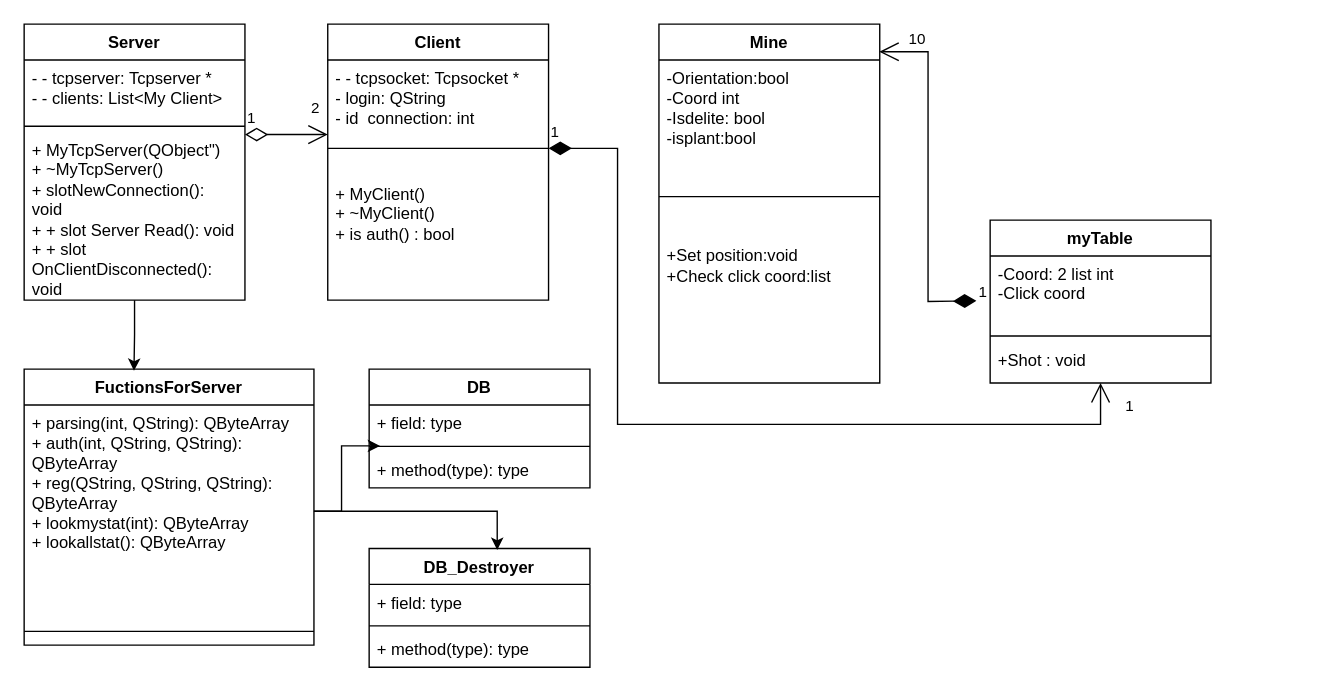
Galaxy-1337/Project_TMP keeps this draw.io diagram as Диаграмма.drawio. Above is the earlier version. Source tidied: cells renumbered, new cells numbered last; positions are measured from the earlier drawing's top-left corner, leaving out a move shared by most shapes. Both pictures are drawn from the tidied source at 138%, with x=0, y=0 at pixel (23, 23).
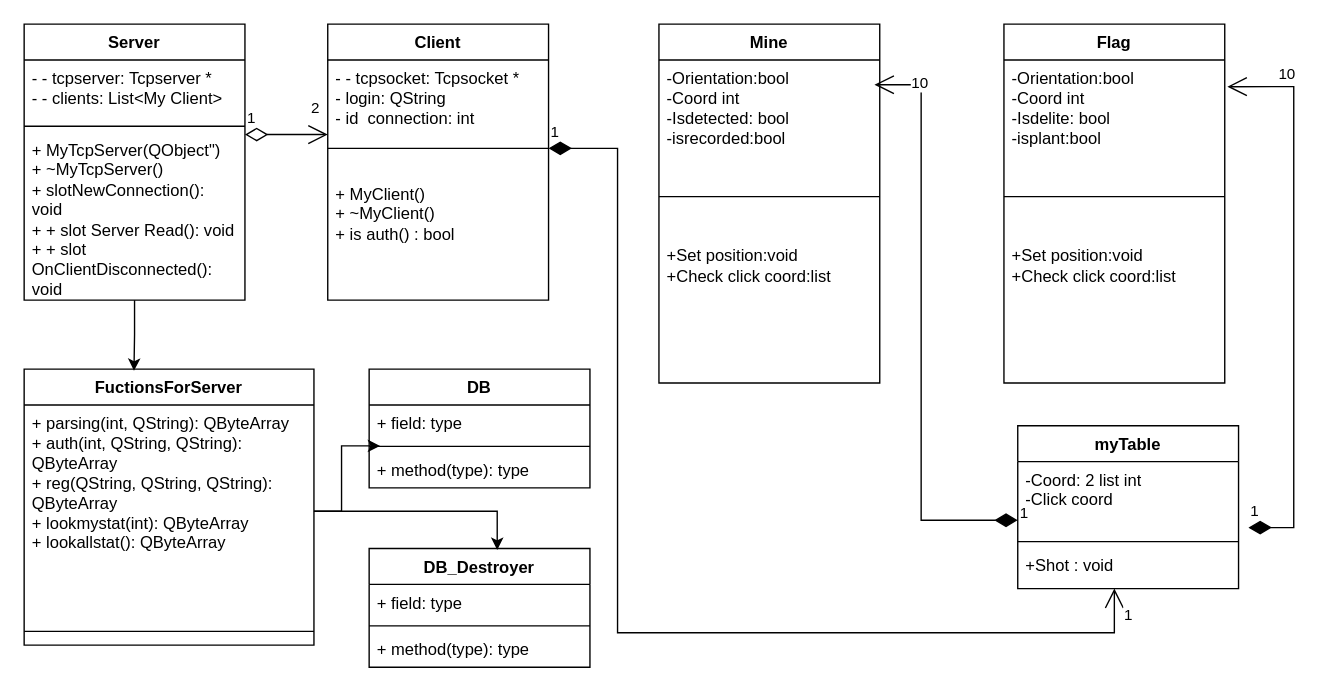
The same page after the edit.

The change refers to these unchanged cells:
```xml
<mxCell id="26" value="Mine" style="swimlane;fontStyle=1;align=center;verticalAlign=top;horizontal=1;startSize=26;whiteSpace=wrap;html=1;" parent="1" vertex="1">
  <mxGeometry x="460" width="160" height="260" as="geometry" />
</mxCell>
<mxCell id="33" value="-Coord: 2 list int&lt;div&gt;-Click coord&lt;/div&gt;" style="text;strokeColor=none;fillColor=none;align=left;verticalAlign=top;spacingLeft=4;spacingRight=4;overflow=hidden;points=[[0,0.5],[1,0.5]];portConstraint=eastwest;whiteSpace=wrap;html=1;" parent="32" vertex="1">
  <mxGeometry y="26" width="160" height="54" as="geometry" />
</mxCell>
```

Diff of the diagram source:
```diff
@@
-    <mxCell id="27" value="-Orientation:bool&lt;div&gt;-Coord int&lt;/div&gt;&lt;div&gt;-Isdelite: bool&lt;/div&gt;&lt;div&gt;-isplant:bool&lt;/div&gt;" style="text;strokeColor=none;fillColor=none;align=left;verticalAlign=top;spacingLeft=4;spacingRight=4;overflow=hidden;points=[[0,0.5],[1,0.5]];portConstraint=eastwest;whiteSpace=wrap;html=1;" parent="26" vertex="1">
+    <mxCell id="27" value="-Orientation:bool&lt;div&gt;-Coord int&lt;/div&gt;&lt;div&gt;-Isdetected: bool&lt;/div&gt;&lt;div&gt;-isrecorded:bool&lt;/div&gt;" style="text;strokeColor=none;fillColor=none;align=left;verticalAlign=top;spacingLeft=4;spacingRight=4;overflow=hidden;points=[[0,0.5],[1,0.5]];portConstraint=eastwest;whiteSpace=wrap;html=1;" parent="26" vertex="1">
       <mxGeometry y="26" width="160" height="84" as="geometry" />
     </mxCell>
     <mxCell id="28" value="1" style="endArrow=open;html=1;endSize=12;startArrow=diamondThin;startSize=14;startFill=1;edgeStyle=orthogonalEdgeStyle;align=left;verticalAlign=bottom;rounded=0;" parent="26" edge="1" target="32">
       <mxGeometry x="-1" y="3" relative="1" as="geometry">
         <mxPoint x="-80" y="90" as="sourcePoint" />
         <Array as="points">
           <mxPoint x="-30" y="90" />
-          <mxPoint x="-30" y="290" />
-          <mxPoint x="320" y="290" />
+          <mxPoint x="-30" y="441" />
+          <mxPoint x="330" y="441" />
         </Array>
       </mxGeometry>
     </mxCell>
@@
     <mxCell id="32" value="myTable" style="swimlane;fontStyle=1;align=center;verticalAlign=top;horizontal=1;startSize=26;whiteSpace=wrap;html=1;" parent="1" vertex="1">
-      <mxGeometry x="700" y="142" width="160" height="118" as="geometry" />
+      <mxGeometry x="720" y="291" width="160" height="118" as="geometry" />
     </mxCell>
@@
-    <mxCell id="34" value="1" style="endArrow=open;html=1;endSize=12;startArrow=diamondThin;startSize=14;startFill=1;edgeStyle=orthogonalEdgeStyle;align=left;verticalAlign=bottom;rounded=0;entryX=0.998;entryY=0.077;entryDx=0;entryDy=0;entryPerimeter=0;" parent="32" edge="1" target="26">
-      <mxGeometry x="-1" y="3" relative="1" as="geometry">
-        <mxPoint x="-10" y="58.5" as="sourcePoint" />
-      </mxGeometry>
-    </mxCell>
-    <mxCell id="35" value="10" style="edgeLabel;html=1;align=center;verticalAlign=middle;" parent="34" vertex="1">
-      <mxGeometry x="0.79" y="2" relative="1" as="geometry">
-        <mxPoint y="-12" as="offset" />
-      </mxGeometry>
-    </mxCell>
@@
+    <mxCell id="38" value="Flag&lt;div&gt;&lt;br&gt;&lt;/div&gt;" style="swimlane;fontStyle=1;align=center;verticalAlign=top;horizontal=1;startSize=26;whiteSpace=wrap;html=1;" parent="1" vertex="1">
+      <mxGeometry x="710" width="160" height="260" as="geometry" />
+    </mxCell>
+    <mxCell id="39" value="-Orientation:bool&lt;div&gt;-Coord int&lt;/div&gt;&lt;div&gt;-Isdelite: bool&lt;/div&gt;&lt;div&gt;-isplant:bool&lt;/div&gt;" style="text;strokeColor=none;fillColor=none;align=left;verticalAlign=top;spacingLeft=4;spacingRight=4;overflow=hidden;points=[[0,0.5],[1,0.5]];portConstraint=eastwest;whiteSpace=wrap;html=1;" parent="38" vertex="1">
+      <mxGeometry y="26" width="160" height="84" as="geometry" />
+    </mxCell>
+    <mxCell id="40" style="line;strokeWidth=1;fillColor=none;align=left;verticalAlign=middle;spacingTop=-1;spacingLeft=3;spacingRight=3;labelPosition=right;strokeColor=inherit;" parent="38" vertex="1">
+      <mxGeometry y="110" width="160" height="30" as="geometry" />
+    </mxCell>
+    <mxCell id="41" value="&lt;br&gt;&lt;div&gt;+Set position:void&lt;/div&gt;&lt;div&gt;+Check click coord:list&lt;/div&gt;" style="text;strokeColor=none;fillColor=none;align=left;verticalAlign=top;spacingLeft=4;spacingRight=4;overflow=hidden;whiteSpace=wrap;html=1;" parent="38" vertex="1">
+      <mxGeometry y="140" width="160" height="120" as="geometry" />
+    </mxCell>
+    <mxCell id="42" value="1" style="endArrow=open;html=1;endSize=12;startArrow=diamondThin;startSize=14;startFill=1;edgeStyle=orthogonalEdgeStyle;align=left;verticalAlign=bottom;rounded=0;entryX=0.976;entryY=0.213;entryDx=0;entryDy=0;entryPerimeter=0;" parent="1" edge="1" target="27">
+      <mxGeometry x="-1" y="3" relative="1" as="geometry">
+        <mxPoint x="720" y="359.5" as="sourcePoint" />
+        <Array as="points">
+          <mxPoint x="650" y="360" />
+          <mxPoint x="650" y="44" />
+        </Array>
+      </mxGeometry>
+    </mxCell>
+    <mxCell id="43" value="10" style="edgeLabel;html=1;align=center;verticalAlign=middle;" parent="42" vertex="1">
+      <mxGeometry x="0.79" y="2" relative="1" as="geometry">
+        <mxPoint y="-12" as="offset" />
+      </mxGeometry>
+    </mxCell>
+    <mxCell id="44" value="1" style="endArrow=open;html=1;endSize=12;startArrow=diamondThin;startSize=14;startFill=1;edgeStyle=orthogonalEdgeStyle;align=left;verticalAlign=bottom;rounded=0;entryX=1.012;entryY=0.23;entryDx=0;entryDy=0;entryPerimeter=0;exitX=1.045;exitY=0.886;exitDx=0;exitDy=0;exitPerimeter=0;" parent="1" edge="1" source="33" target="39">
+      <mxGeometry x="-1" y="3" relative="1" as="geometry">
+        <Array as="points">
+          <mxPoint x="920" y="365" />
+          <mxPoint x="920" y="45" />
+        </Array>
+      </mxGeometry>
+    </mxCell>
+    <mxCell id="45" value="10" style="edgeLabel;html=1;align=center;verticalAlign=middle;" parent="44" vertex="1">
+      <mxGeometry x="0.79" y="2" relative="1" as="geometry">
+        <mxPoint y="-12" as="offset" />
+      </mxGeometry>
+    </mxCell>
```
